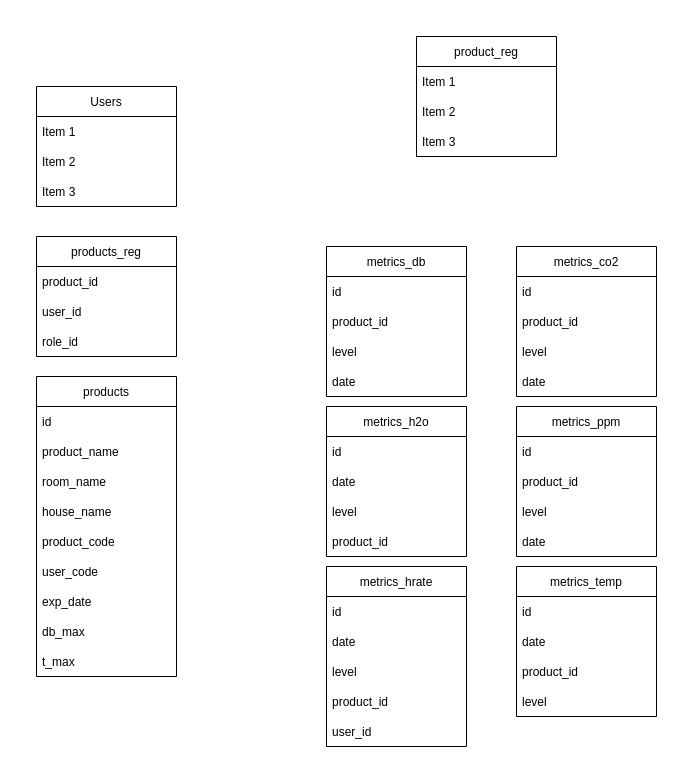
Above: bdd.drawio in HipppB/safeHub (draw.io), before the change. Source tidied: cells renumbered, new cells numbered last; positions are measured from the earlier drawing's top-left corner, leaving out a move shared by most shapes. Both pictures are drawn from the tidied source at 100%, with x=0, y=0 at pixel (36, 36).
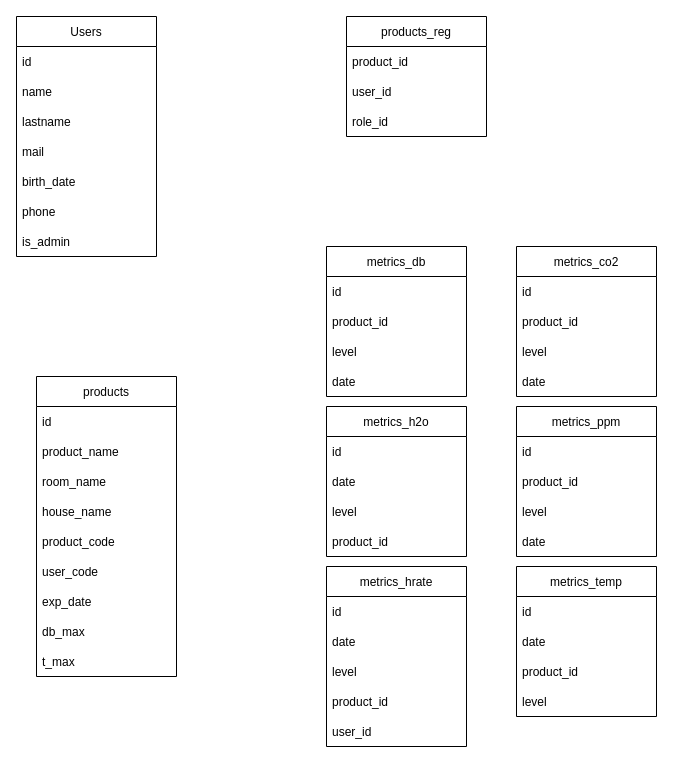
The same page after the edit.

Commit message (it also covers changes not shown here):
Mettre à jour bdd.drawio

Diff of the diagram source:
```diff
@@
     <mxCell id="2" value="Users" style="swimlane;fontStyle=0;horizontal=1;startSize=30;" parent="1" vertex="1">
-      <mxGeometry y="50" width="140" height="120" as="geometry" />
+      <mxGeometry x="-20" y="-20" width="140" height="240" as="geometry" />
     </mxCell>
-    <mxCell id="3" value="Item 1" style="text;strokeColor=none;fillColor=none;align=left;verticalAlign=middle;spacingLeft=4;spacingRight=4;overflow=hidden;" parent="2" vertex="1">
+    <mxCell id="3" value="id" style="text;strokeColor=none;fillColor=none;align=left;verticalAlign=middle;spacingLeft=4;spacingRight=4;overflow=hidden;" parent="2" vertex="1">
       <mxGeometry y="30" width="140" height="30" as="geometry" />
     </mxCell>
-    <mxCell id="4" value="Item 2" style="text;strokeColor=none;fillColor=none;align=left;verticalAlign=middle;spacingLeft=4;spacingRight=4;overflow=hidden;" parent="2" vertex="1">
+    <mxCell id="4" value="name" style="text;strokeColor=none;fillColor=none;align=left;verticalAlign=middle;spacingLeft=4;spacingRight=4;overflow=hidden;" parent="2" vertex="1">
       <mxGeometry y="60" width="140" height="30" as="geometry" />
     </mxCell>
-    <mxCell id="5" value="Item 3" style="text;strokeColor=none;fillColor=none;align=left;verticalAlign=middle;spacingLeft=4;spacingRight=4;overflow=hidden;" parent="2" vertex="1">
+    <mxCell id="5" value="lastname" style="text;strokeColor=none;fillColor=none;align=left;verticalAlign=middle;spacingLeft=4;spacingRight=4;overflow=hidden;" parent="2" vertex="1">
       <mxGeometry y="90" width="140" height="30" as="geometry" />
     </mxCell>
+    <mxCell id="55" value="mail" style="text;strokeColor=none;fillColor=none;align=left;verticalAlign=middle;spacingLeft=4;spacingRight=4;overflow=hidden;" parent="2" vertex="1">
+      <mxGeometry y="120" width="140" height="30" as="geometry" />
+    </mxCell>
+    <mxCell id="56" value="birth_date" style="text;strokeColor=none;fillColor=none;align=left;verticalAlign=middle;spacingLeft=4;spacingRight=4;overflow=hidden;" parent="2" vertex="1">
+      <mxGeometry y="150" width="140" height="30" as="geometry" />
+    </mxCell>
+    <mxCell id="57" value="phone" style="text;strokeColor=none;fillColor=none;align=left;verticalAlign=middle;spacingLeft=4;spacingRight=4;overflow=hidden;" parent="2" vertex="1">
+      <mxGeometry y="180" width="140" height="30" as="geometry" />
+    </mxCell>
+    <mxCell id="58" value="is_admin" style="text;strokeColor=none;fillColor=none;align=left;verticalAlign=middle;spacingLeft=4;spacingRight=4;overflow=hidden;" parent="2" vertex="1">
+      <mxGeometry y="210" width="140" height="30" as="geometry" />
+    </mxCell>
@@
-    <mxCell id="16" value="product_reg" style="swimlane;fontStyle=0;horizontal=1;startSize=30;" parent="1" vertex="1">
-      <mxGeometry x="380" width="140" height="120" as="geometry" />
-    </mxCell>
-    <mxCell id="17" value="Item 1" style="text;strokeColor=none;fillColor=none;align=left;verticalAlign=middle;spacingLeft=4;spacingRight=4;overflow=hidden;" parent="16" vertex="1">
-      <mxGeometry y="30" width="140" height="30" as="geometry" />
-    </mxCell>
-    <mxCell id="18" value="Item 2" style="text;strokeColor=none;fillColor=none;align=left;verticalAlign=middle;spacingLeft=4;spacingRight=4;overflow=hidden;" parent="16" vertex="1">
-      <mxGeometry y="60" width="140" height="30" as="geometry" />
-    </mxCell>
-    <mxCell id="19" value="Item 3" style="text;strokeColor=none;fillColor=none;align=left;verticalAlign=middle;spacingLeft=4;spacingRight=4;overflow=hidden;" parent="16" vertex="1">
-      <mxGeometry y="90" width="140" height="30" as="geometry" />
-    </mxCell>
@@
     <mxCell id="41" value="products_reg" style="swimlane;fontStyle=0;horizontal=1;startSize=30;" parent="1" vertex="1">
-      <mxGeometry y="200" width="140" height="120" as="geometry" />
+      <mxGeometry x="310" y="-20" width="140" height="120" as="geometry" />
     </mxCell>
```
